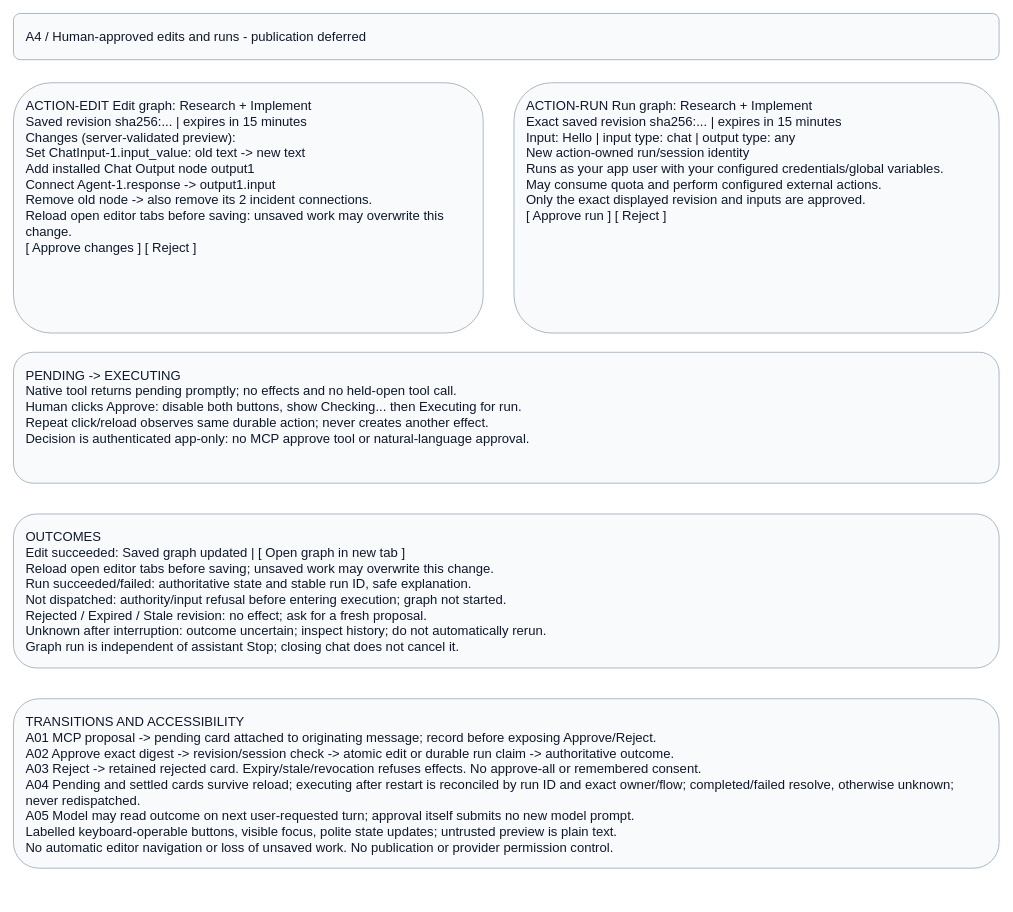
amadou-6e/specs keeps this draw.io diagram as page "A4 - Human-approved graph actions" (4 of 4) of projects/laomedo/subsystems/agent-execution/design/application-assistant.drawio. Above is the earlier version. Source tidied: cells renumbered, new cells numbered last; positions are measured from the earlier drawing's top-left corner, leaving out a move shared by most shapes. Both pictures are drawn from the tidied source at 77%, with x=0, y=0 at pixel (13, 13).
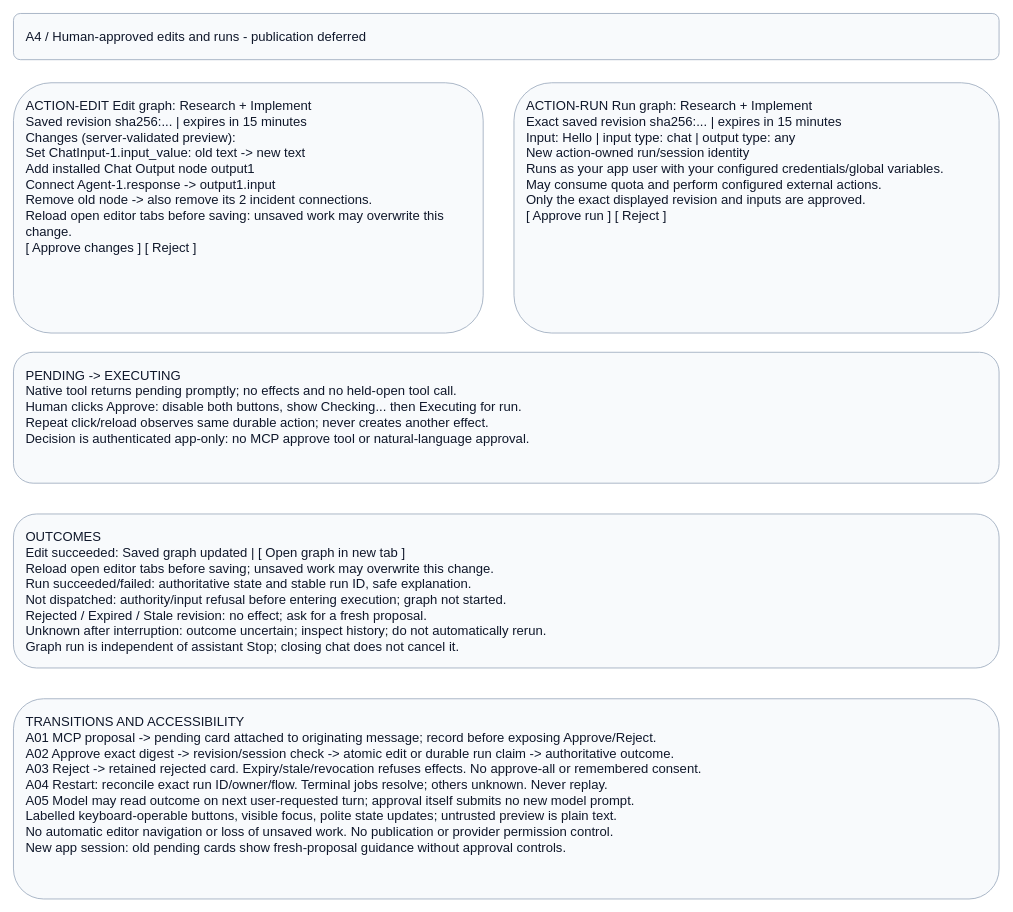
Above is the later version.

Commit message (it also covers changes not shown here):
docs: record native session rotation and approval visibility

The edit, as a diff of the source:
```diff
@@
 <mxGraphModel>
   <root>
     <mxCell id="0" />
     <mxCell id="1" parent="0" />
     <mxCell id="2" value="A4 / Human-approved edits and runs - publication deferred" style="rounded=1;whiteSpace=wrap;html=0;fillColor=#f8fafc;strokeColor=#94a3b8;fontColor=#0f172a;fontFamily=Arial;fontSize=17;align=left;verticalAlign=top;spacing=16;" parent="1" vertex="1">
       <mxGeometry width="1280" height="60" as="geometry" />
     </mxCell>
     <mxCell id="3" value="ACTION-EDIT  Edit graph: Research + Implement&#10;Saved revision sha256:... | expires in 15 minutes&#10;Changes (server-validated preview):&#10;Set ChatInput-1.input_value: old text -&gt; new text&#10;Add installed Chat Output node output1&#10;Connect Agent-1.response -&gt; output1.input&#10;Remove old node -&gt; also remove its 2 incident connections.&#10;Reload open editor tabs before saving: unsaved work may overwrite this change.&#10;[ Approve changes ] [ Reject ]" style="rounded=1;whiteSpace=wrap;html=0;fillColor=#f8fafc;strokeColor=#94a3b8;fontColor=#0f172a;fontFamily=Arial;fontSize=17;align=left;verticalAlign=top;spacing=16;" parent="1" vertex="1">
       <mxGeometry y="90" width="610" height="325" as="geometry" />
     </mxCell>
     <mxCell id="4" value="ACTION-RUN  Run graph: Research + Implement&#10;Exact saved revision sha256:... | expires in 15 minutes&#10;Input: Hello | input type: chat | output type: any&#10;New action-owned run/session identity&#10;Runs as your app user with your configured credentials/global variables.&#10;May consume quota and perform configured external actions.&#10;Only the exact displayed revision and inputs are approved.&#10;[ Approve run ] [ Reject ]" style="rounded=1;whiteSpace=wrap;html=0;fillColor=#f8fafc;strokeColor=#94a3b8;fontColor=#0f172a;fontFamily=Arial;fontSize=17;align=left;verticalAlign=top;spacing=16;" parent="1" vertex="1">
       <mxGeometry x="650" y="90" width="630" height="325" as="geometry" />
     </mxCell>
     <mxCell id="5" value="PENDING -&gt; EXECUTING&#10;Native tool returns pending promptly; no effects and no held-open tool call.&#10;Human clicks Approve: disable both buttons, show Checking... then Executing for run.&#10;Repeat click/reload observes same durable action; never creates another effect.&#10;Decision is authenticated app-only: no MCP approve tool or natural-language approval." style="rounded=1;whiteSpace=wrap;html=0;fillColor=#f8fafc;strokeColor=#94a3b8;fontColor=#0f172a;fontFamily=Arial;fontSize=17;align=left;verticalAlign=top;spacing=16;" parent="1" vertex="1">
       <mxGeometry y="440" width="1280" height="170" as="geometry" />
     </mxCell>
     <mxCell id="6" value="OUTCOMES&#10;Edit succeeded: Saved graph updated | [ Open graph in new tab ]&#10;Reload open editor tabs before saving; unsaved work may overwrite this change.&#10;Run succeeded/failed: authoritative state and stable run ID, safe explanation.&#10;Not dispatched: authority/input refusal before entering execution; graph not started.&#10;Rejected / Expired / Stale revision: no effect; ask for a fresh proposal.&#10;Unknown after interruption: outcome uncertain; inspect history; do not automatically rerun.&#10;Graph run is independent of assistant Stop; closing chat does not cancel it." style="rounded=1;whiteSpace=wrap;html=0;fillColor=#f8fafc;strokeColor=#94a3b8;fontColor=#0f172a;fontFamily=Arial;fontSize=17;align=left;verticalAlign=top;spacing=16;" parent="1" vertex="1">
       <mxGeometry y="650" width="1280" height="200" as="geometry" />
     </mxCell>
-    <mxCell id="7" value="TRANSITIONS AND ACCESSIBILITY&#10;A01 MCP proposal -&gt; pending card attached to originating message; record before exposing Approve/Reject.&#10;A02 Approve exact digest -&gt; revision/session check -&gt; atomic edit or durable run claim -&gt; authoritative outcome.&#10;A03 Reject -&gt; retained rejected card. Expiry/stale/revocation refuses effects. No approve-all or remembered consent.&#10;A04 Pending and settled cards survive reload; executing after restart is reconciled by run ID and exact owner/flow; completed/failed resolve, otherwise unknown; never redispatched.&#10;A05 Model may read outcome on next user-requested turn; approval itself submits no new model prompt.&#10;Labelled keyboard-operable buttons, visible focus, polite state updates; untrusted preview is plain text.&#10;No automatic editor navigation or loss of unsaved work. No publication or provider permission control." style="rounded=1;whiteSpace=wrap;html=0;fillColor=#f8fafc;strokeColor=#94a3b8;fontColor=#0f172a;fontFamily=Arial;fontSize=17;align=left;verticalAlign=top;spacing=16;" parent="1" vertex="1">
-      <mxGeometry y="890" width="1280" height="220" as="geometry" />
+    <mxCell id="7" value="TRANSITIONS AND ACCESSIBILITY&#10;A01 MCP proposal -&gt; pending card attached to originating message; record before exposing Approve/Reject.&#10;A02 Approve exact digest -&gt; revision/session check -&gt; atomic edit or durable run claim -&gt; authoritative outcome.&#10;A03 Reject -&gt; retained rejected card. Expiry/stale/revocation refuses effects. No approve-all or remembered consent.&#10;A04 Restart: reconcile exact run ID/owner/flow. Terminal jobs resolve; others unknown. Never replay.&#10;A05 Model may read outcome on next user-requested turn; approval itself submits no new model prompt.&#10;Labelled keyboard-operable buttons, visible focus, polite state updates; untrusted preview is plain text.&#10;No automatic editor navigation or loss of unsaved work. No publication or provider permission control.&#10;New app session: old pending cards show fresh-proposal guidance without approval controls." style="rounded=1;whiteSpace=wrap;html=0;fillColor=#f8fafc;strokeColor=#94a3b8;fontColor=#0f172a;fontFamily=Arial;fontSize=17;align=left;verticalAlign=top;spacing=16;" parent="1" vertex="1">
+      <mxGeometry y="890" width="1280" height="260" as="geometry" />
     </mxCell>
   </root>
 </mxGraphModel>
```
